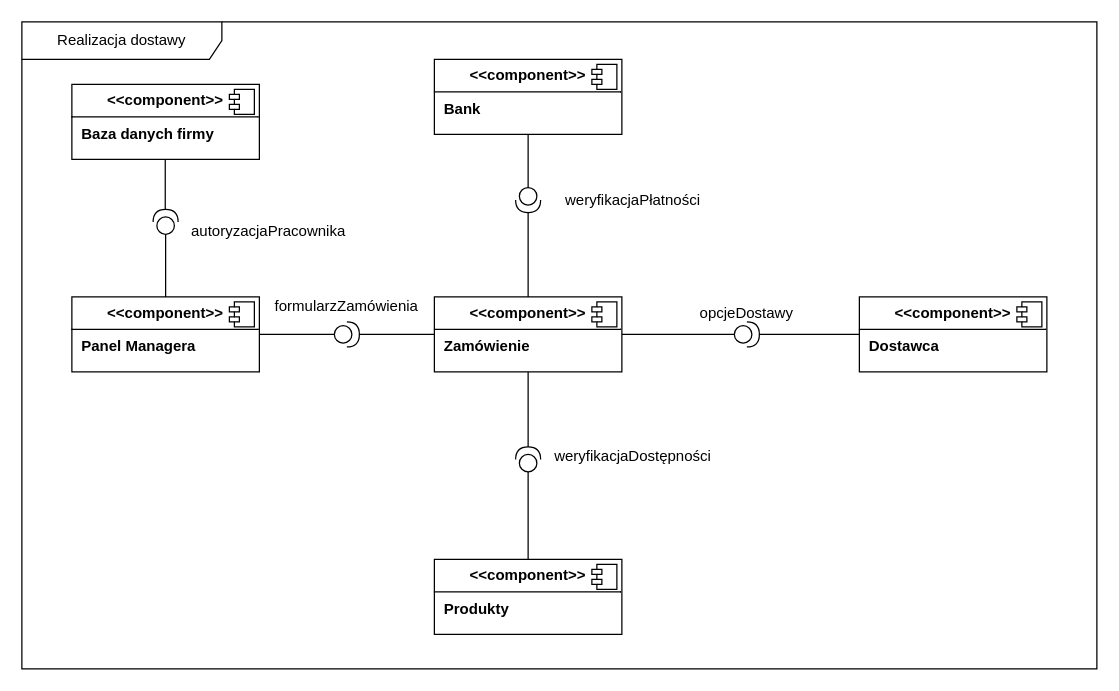
oswitek/project-diagrams keeps this draw.io diagram as diagramy/zamowienia/diagram-komponentow-realizacja-zamowienia.drawio. Above is the earlier version. Source tidied: cells renumbered, new cells numbered last; positions are measured from the earlier drawing's top-left corner, leaving out a move shared by most shapes. Both pictures are drawn from the tidied source at 125%, with x=0, y=0 at pixel (21, 21).
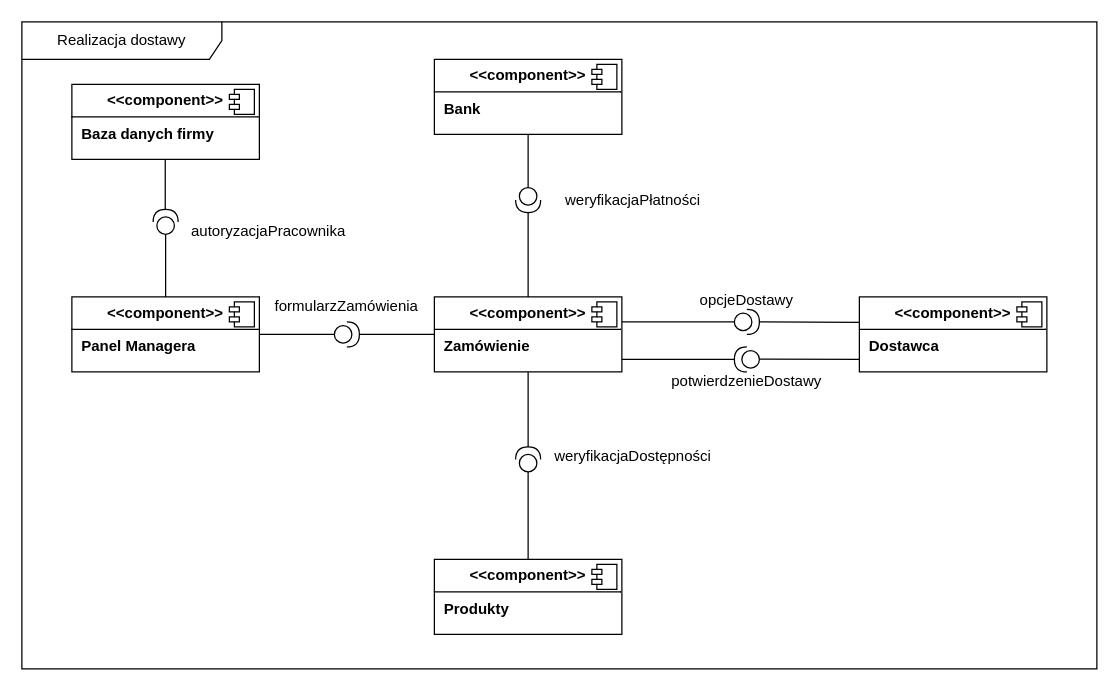
The same diagram, later.

Commit message:
Update diagram-komponentow-zamowienia

The change refers to these unchanged cells:
```xml
<mxCell id="7" value="&lt;p style=&quot;margin:0px;margin-top:6px;text-align:center;&quot;&gt;&lt;b&gt;&amp;lt;&amp;lt;component&amp;gt;&amp;gt;&lt;/b&gt;&lt;/p&gt;&lt;hr size=&quot;1&quot; style=&quot;border-style:solid;&quot;&gt;&lt;p style=&quot;margin:0px;margin-left:8px;&quot;&gt;&lt;b&gt;Zamówienie&lt;/b&gt;&lt;/p&gt;" style="align=left;overflow=fill;html=1;whiteSpace=wrap;" parent="1" vertex="1">
  <mxGeometry x="330" y="220" width="150" height="60" as="geometry" />
</mxCell>
<mxCell id="23" value="Realizacja dostawy" style="shape=umlFrame;whiteSpace=wrap;html=1;width=160;" parent="1" vertex="1">
  <mxGeometry width="860" height="517.6" as="geometry" />
</mxCell>
<mxCell id="26" value="&lt;p style=&quot;margin:0px;margin-top:6px;text-align:center;&quot;&gt;&lt;b&gt;&amp;lt;&amp;lt;component&amp;gt;&amp;gt;&lt;/b&gt;&lt;/p&gt;&lt;hr size=&quot;1&quot; style=&quot;border-style:solid;&quot;&gt;&lt;p style=&quot;margin:0px;margin-left:8px;&quot;&gt;&lt;b&gt;Dostawca&lt;/b&gt;&lt;/p&gt;" style="align=left;overflow=fill;html=1;whiteSpace=wrap;" parent="23" vertex="1">
  <mxGeometry x="670" y="220" width="150" height="60" as="geometry" />
</mxCell>
```

Diff of the diagram source:
```diff
@@
     <mxCell id="25" style="shape=providedRequiredInterface;html=1;verticalLabelPosition=bottom;sketch=0;rotation=0;" parent="23" vertex="1">
-      <mxGeometry x="570" y="240" width="20" height="20" as="geometry" />
+      <mxGeometry x="570" y="230" width="20" height="20" as="geometry" />
     </mxCell>
@@
-    <mxCell id="28" style="endArrow=none;html=1;rounded=0;exitX=1;exitY=0.5;exitDx=0;exitDy=0;entryX=0;entryY=0.5;entryDx=0;entryDy=0;exitPerimeter=0;" parent="23" edge="1" source="25" target="26">
+    <mxCell id="28" style="endArrow=none;html=1;rounded=0;exitX=1;exitY=0.5;exitDx=0;exitDy=0;entryX=0.003;entryY=0.34;entryDx=0;entryDy=0;exitPerimeter=0;entryPerimeter=0;" parent="23" edge="1" source="25" target="26">
       <mxGeometry relative="1" as="geometry" />
     </mxCell>
     <mxCell id="29" value="opcjeDostawy" style="text;html=1;align=center;verticalAlign=middle;whiteSpace=wrap;rounded=0;" parent="23" vertex="1">
-      <mxGeometry x="521.2" y="225" width="117.5" height="15" as="geometry" />
+      <mxGeometry x="521.2" y="215" width="117.5" height="15" as="geometry" />
     </mxCell>
@@
-    <mxCell id="34" style="endArrow=none;html=1;rounded=0;exitX=0;exitY=0.5;exitDx=0;exitDy=0;entryX=1;entryY=0.5;entryDx=0;entryDy=0;exitPerimeter=0;" parent="1" edge="1" source="25" target="7">
-      <mxGeometry relative="1" as="geometry" />
+    <mxCell id="34" style="endArrow=none;html=1;rounded=0;exitX=0;exitY=0.5;exitDx=0;exitDy=0;entryX=1;entryY=0.5;entryDx=0;entryDy=0;exitPerimeter=0;" parent="23" edge="1">
+      <mxGeometry relative="1" as="geometry">
+        <mxPoint x="570" y="240" as="sourcePoint" />
+        <mxPoint x="480" y="240" as="targetPoint" />
+      </mxGeometry>
     </mxCell>
+    <mxCell id="35" style="endArrow=none;html=1;rounded=0;exitX=0;exitY=0.5;exitDx=0;exitDy=0;entryX=1;entryY=0.5;entryDx=0;entryDy=0;exitPerimeter=0;" parent="23" edge="1">
+      <mxGeometry relative="1" as="geometry">
+        <mxPoint x="570" y="270" as="sourcePoint" />
+        <mxPoint x="480" y="270" as="targetPoint" />
+      </mxGeometry>
+    </mxCell>
+    <mxCell id="36" style="shape=providedRequiredInterface;html=1;verticalLabelPosition=bottom;sketch=0;rotation=-180;" parent="23" vertex="1">
+      <mxGeometry x="570" y="260" width="20" height="20" as="geometry" />
+    </mxCell>
+    <mxCell id="37" style="endArrow=none;html=1;rounded=0;entryX=1;entryY=0.5;entryDx=0;entryDy=0;" parent="23" edge="1">
+      <mxGeometry relative="1" as="geometry">
+        <mxPoint x="670" y="270" as="sourcePoint" />
+        <mxPoint x="590" y="269.8" as="targetPoint" />
+      </mxGeometry>
+    </mxCell>
+    <mxCell id="38" value="potwierdzenieDostawy" style="text;html=1;align=center;verticalAlign=middle;whiteSpace=wrap;rounded=0;" parent="23" vertex="1">
+      <mxGeometry x="521.2" y="280" width="117.5" height="15" as="geometry" />
+    </mxCell>
```
